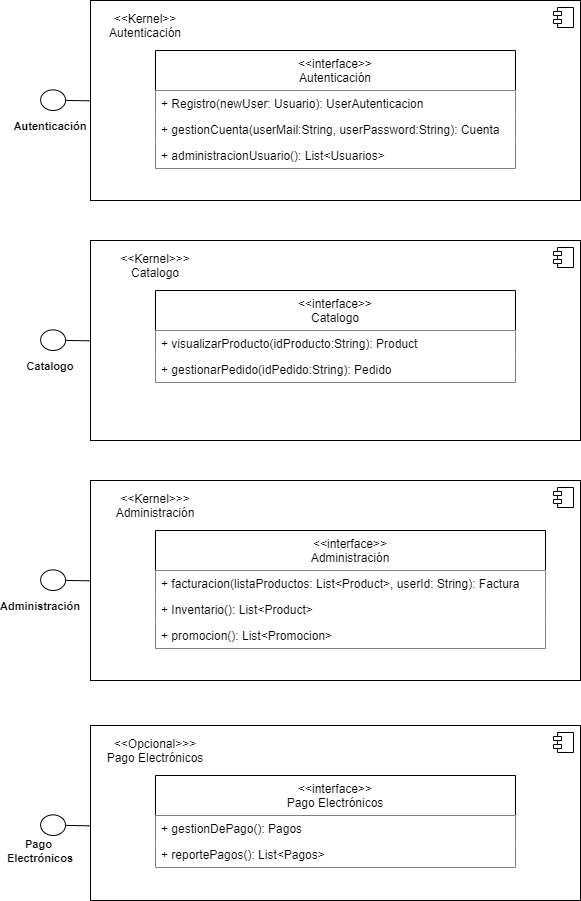
This is Diagrams/Class-diagram.png from TAISPL2021/GeneralProductsSF, a draw.io export, as it was before one commit. Source tidied: cells renumbered, new cells last; positions are measured from the earlier drawing's top-left corner, leaving out a move shared by most shapes.
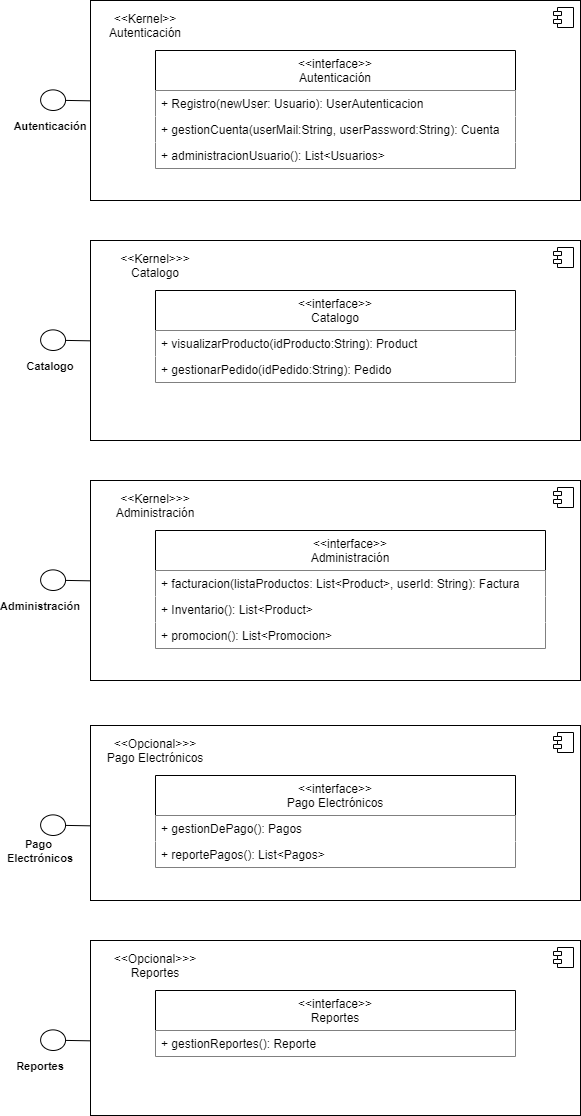
The same file after the commit.

Commit message:
Actualizacion Diagrama de clases Interfaces

The edit, as a diff of the source:
```diff
@@ -112,5 +112,28 @@
     <mxCell id="35" value="&amp;lt;&amp;lt;Opcional&amp;gt;&amp;gt;&amp;gt;&lt;br&gt;Pago Electrónicos" style="text;html=1;strokeColor=none;fillColor=none;align=center;verticalAlign=middle;whiteSpace=wrap;rounded=0;" parent="1" vertex="1">
       <mxGeometry x="90" y="735" width="110" height="30" as="geometry" />
     </mxCell>
+    <mxCell id="36" style="html=1;" parent="1" vertex="1">
+      <mxGeometry x="80" y="940" width="490" height="175" as="geometry" />
+    </mxCell>
+    <mxCell id="37" style="shape=module;jettyWidth=8;jettyHeight=4;" parent="36" vertex="1">
+      <mxGeometry x="1" width="20" height="20" relative="1" as="geometry">
+        <mxPoint x="-27" y="7" as="offset" />
+      </mxGeometry>
+    </mxCell>
+    <mxCell id="38" value="&lt;span style=&quot;font-size: 11px&quot;&gt;&lt;b&gt;Reportes&lt;/b&gt;&lt;/span&gt;" style="text;html=1;strokeColor=none;fillColor=none;align=center;verticalAlign=middle;whiteSpace=wrap;rounded=0;" parent="1" vertex="1">
+      <mxGeometry y="1050.2" width="60" height="30" as="geometry" />
+    </mxCell>
+    <mxCell id="39" value="&lt;&lt;interface&gt;&gt;&#10;Reportes" style="swimlane;fontStyle=0;horizontal=1;startSize=40;fillColor=default;" parent="1" vertex="1">
+      <mxGeometry x="145" y="990" width="360" height="66" as="geometry" />
+    </mxCell>
+    <mxCell id="40" value="+ gestionReportes(): Reporte" style="text;strokeColor=none;fillColor=default;align=left;verticalAlign=top;spacingLeft=4;spacingRight=4;overflow=hidden;" parent="39" vertex="1">
+      <mxGeometry y="40" width="360" height="26" as="geometry" />
+    </mxCell>
+    <mxCell id="41" style="html=1;whiteSpace=wrap;shape=mxgraph.archimate3.interface;rotation=-179;" parent="1" vertex="1">
+      <mxGeometry x="30.1" y="1029.6" width="49.9" height="20.6" as="geometry" />
+    </mxCell>
+    <mxCell id="42" value="&amp;lt;&amp;lt;Opcional&amp;gt;&amp;gt;&amp;gt;&lt;br&gt;Reportes" style="text;html=1;strokeColor=none;fillColor=none;align=center;verticalAlign=middle;whiteSpace=wrap;rounded=0;" parent="1" vertex="1">
+      <mxGeometry x="90" y="950" width="110" height="30" as="geometry" />
+    </mxCell>
   </root>
 </mxGraphModel>
```
